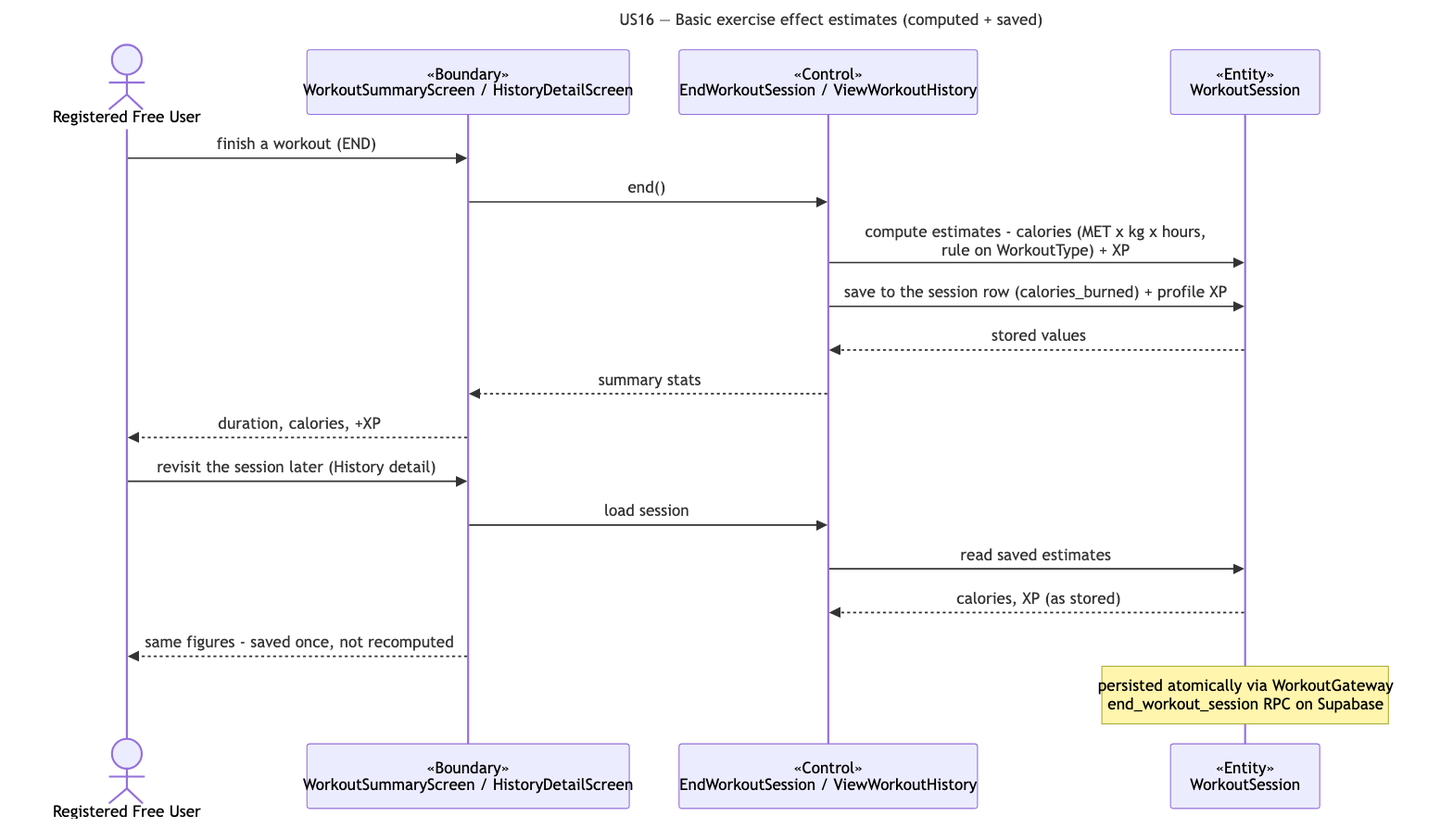
This is docs/deliverables/sequence-diagrams/US16-effect-estimates.png from cyuanjun/FYP-26-S2-37-app, a Mermaid export, as it was before one commit. Its source is kept beside it as docs/deliverables/sequence-diagrams/src/US16-effect-estimates.mmd.
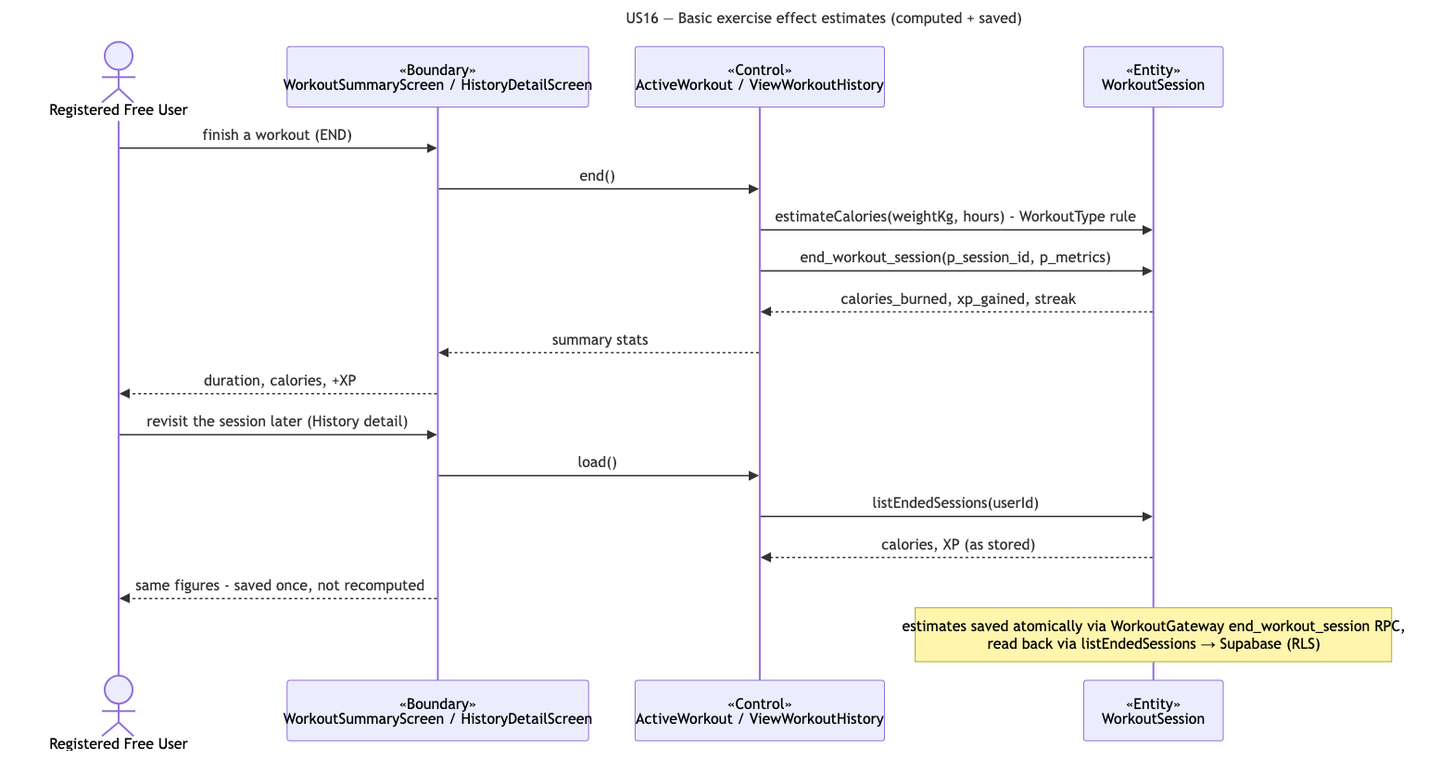
The same diagram one commit later.

The edit, as a diff of the source:
```diff
@@ -4,18 +4,18 @@
 sequenceDiagram
   actor A as Registered Free User
   participant B as «Boundary»<br/>WorkoutSummaryScreen / HistoryDetailScreen
-  participant C as «Control»<br/>EndWorkoutSession / ViewWorkoutHistory
+  participant C as «Control»<br/>ActiveWorkout / ViewWorkoutHistory
   participant E as «Entity»<br/>WorkoutSession
   A->>B: finish a workout (END)
   B->>C: end()
-  C->>E: compute estimates - calories (MET x kg x hours,<br/>rule on WorkoutType) + XP
-  C->>E: save to the session row (calories_burned) + profile XP
-  E-->>C: stored values
+  C->>E: estimateCalories(weightKg, hours) - WorkoutType rule
+  C->>E: end_workout_session(p_session_id, p_metrics)
+  E-->>C: calories_burned, xp_gained, streak
   C-->>B: summary stats
   B-->>A: duration, calories, +XP
   A->>B: revisit the session later (History detail)
-  B->>C: load session
-  C->>E: read saved estimates
+  B->>C: load()
+  C->>E: listEndedSessions(userId)
   E-->>C: calories, XP (as stored)
   B-->>A: same figures - saved once, not recomputed
-  note over E: persisted atomically via WorkoutGateway<br/>end_workout_session RPC on Supabase
+  note over E: estimates saved atomically via WorkoutGateway end_workout_session RPC,<br/>read back via listEndedSessions → Supabase (RLS)
```
